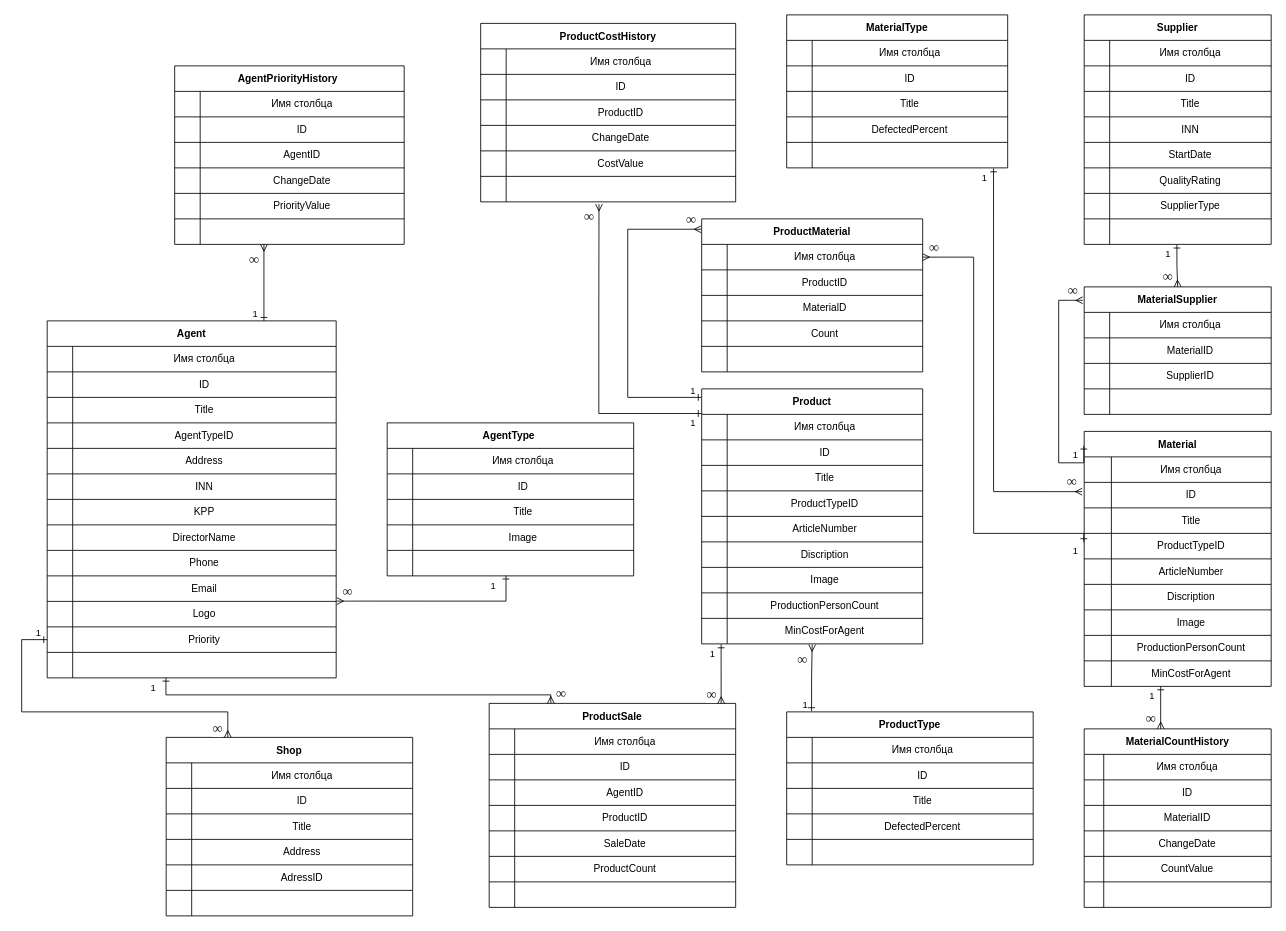
Above: 1diagramm.drawio in ivanleshh/ER_diagrams05.01 (draw.io), before the change. Source tidied: cells renumbered, new cells numbered last; positions are measured from the earlier drawing's top-left corner, leaving out a move shared by most shapes. Both pictures are drawn from the tidied source at 85%, with x=0, y=0 at pixel (21, 14).
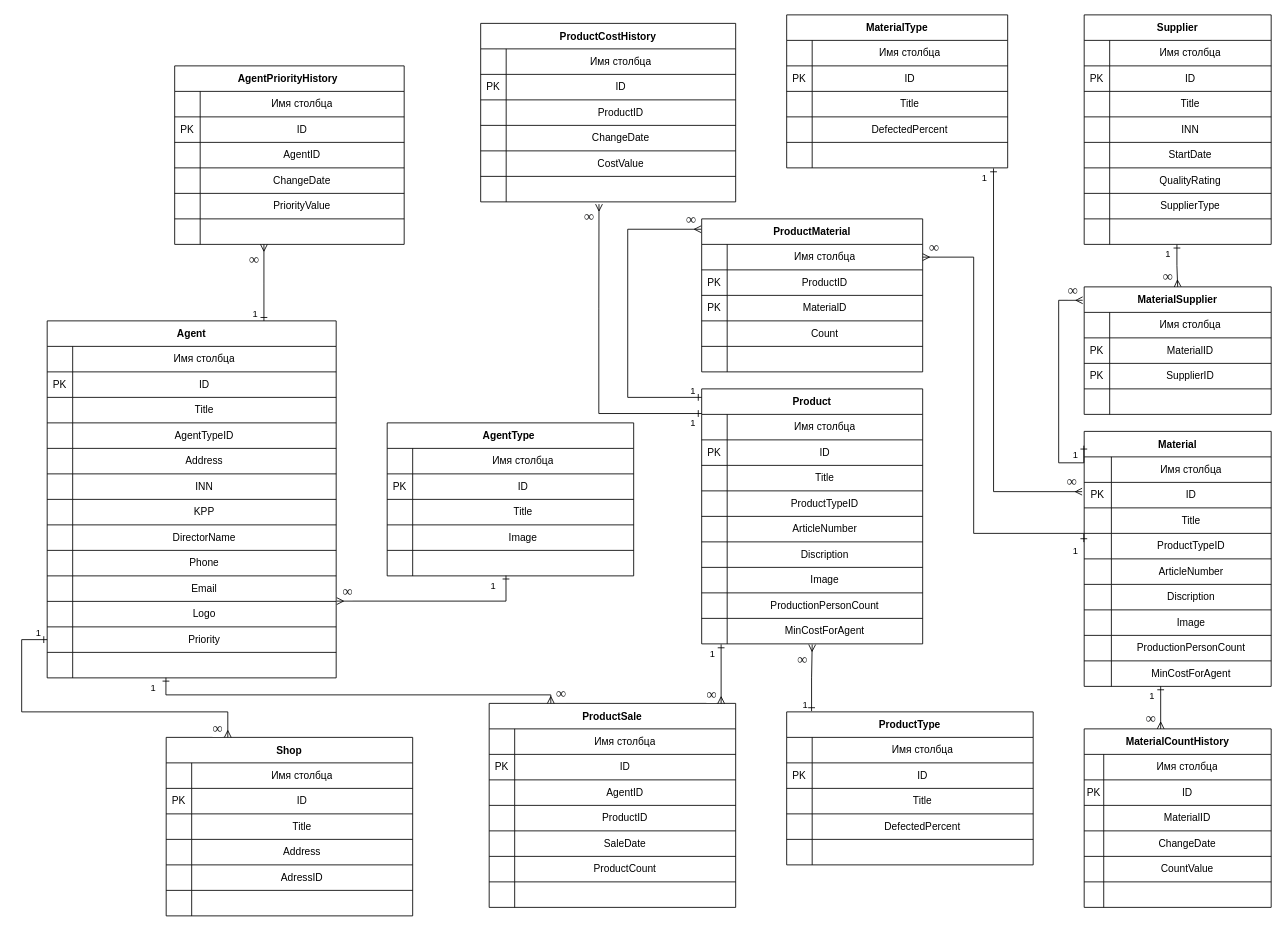
After the change.

Unchanged cells that the change refers to:
```xml
<mxCell id="6" style="shape=tableRow;horizontal=0;startSize=0;swimlaneHead=0;swimlaneBody=0;top=0;left=0;bottom=0;right=0;fillColor=none;" parent="2" vertex="1">
  <mxGeometry y="60" width="270" height="30" as="geometry" />
</mxCell>
<mxCell id="25" style="shape=tableRow;horizontal=0;startSize=0;swimlaneHead=0;swimlaneBody=0;top=0;left=0;bottom=0;right=0;fillColor=none;" parent="21" vertex="1">
  <mxGeometry y="60" width="340" height="30" as="geometry" />
</mxCell>
<mxCell id="65" style="shape=tableRow;horizontal=0;startSize=0;swimlaneHead=0;swimlaneBody=0;top=0;left=0;bottom=0;right=0;fillColor=none;" parent="61" vertex="1">
  <mxGeometry y="60" width="290" height="30" as="geometry" />
</mxCell>
<mxCell id="81" style="shape=tableRow;horizontal=0;startSize=0;swimlaneHead=0;swimlaneBody=0;top=0;left=0;bottom=0;right=0;fillColor=none;" parent="77" vertex="1">
  <mxGeometry y="60" width="300" height="30" as="geometry" />
</mxCell>
<mxCell id="100" style="shape=tableRow;horizontal=0;startSize=0;swimlaneHead=0;swimlaneBody=0;top=0;left=0;bottom=0;right=0;fillColor=none;" parent="96" vertex="1">
  <mxGeometry y="60" width="260" height="30" as="geometry" />
</mxCell>
<mxCell id="116" style="shape=tableRow;horizontal=0;startSize=0;swimlaneHead=0;swimlaneBody=0;top=0;left=0;bottom=0;right=0;fillColor=none;" parent="112" vertex="1">
  <mxGeometry y="60" width="220" height="30" as="geometry" />
</mxCell>
<mxCell id="141" style="shape=tableRow;horizontal=0;startSize=0;swimlaneHead=0;swimlaneBody=0;top=0;left=0;bottom=0;right=0;fillColor=none;" parent="137" vertex="1">
  <mxGeometry y="60" width="260" height="30" as="geometry" />
</mxCell>
<mxCell id="144" style="shape=tableRow;horizontal=0;startSize=0;swimlaneHead=0;swimlaneBody=0;top=0;left=0;bottom=0;right=0;fillColor=none;" parent="137" vertex="1">
  <mxGeometry y="90" width="260" height="30" as="geometry" />
</mxCell>
<mxCell id="157" style="shape=tableRow;horizontal=0;startSize=0;swimlaneHead=0;swimlaneBody=0;top=0;left=0;bottom=0;right=0;fillColor=none;" parent="153" vertex="1">
  <mxGeometry y="60" width="260" height="30" as="geometry" />
</mxCell>
<mxCell id="185" style="shape=tableRow;horizontal=0;startSize=0;swimlaneHead=0;swimlaneBody=0;top=0;left=0;bottom=0;right=0;fillColor=none;" parent="181" vertex="1">
  <mxGeometry y="60" width="220" height="30" as="geometry" />
</mxCell>
<mxCell id="188" style="shape=tableRow;horizontal=0;startSize=0;swimlaneHead=0;swimlaneBody=0;top=0;left=0;bottom=0;right=0;fillColor=none;" parent="181" vertex="1">
  <mxGeometry y="90" width="220" height="30" as="geometry" />
</mxCell>
<mxCell id="198" style="shape=tableRow;horizontal=0;startSize=0;swimlaneHead=0;swimlaneBody=0;top=0;left=0;bottom=0;right=0;fillColor=none;points=[[0,0.5],[1,0.5]];portConstraint=eastwest;" parent="194" vertex="1">
  <mxGeometry y="60" width="220" height="30" as="geometry" />
</mxCell>
<mxCell id="226" style="shape=tableRow;horizontal=0;startSize=0;swimlaneHead=0;swimlaneBody=0;top=0;left=0;bottom=0;right=0;fillColor=none;" parent="222" vertex="1">
  <mxGeometry y="60" width="290" height="30" as="geometry" />
</mxCell>
<mxCell id="245" style="shape=tableRow;horizontal=0;startSize=0;swimlaneHead=0;swimlaneBody=0;top=0;left=0;bottom=0;right=0;fillColor=none;" parent="241" vertex="1">
  <mxGeometry y="60" width="290" height="30" as="geometry" />
</mxCell>
<mxCell id="267" style="shape=tableRow;horizontal=0;startSize=0;swimlaneHead=0;swimlaneBody=0;top=0;left=0;bottom=0;right=0;fillColor=none;" parent="263" vertex="1">
  <mxGeometry y="60" width="290" height="30" as="geometry" />
</mxCell>
<mxCell id="283" style="shape=tableRow;horizontal=0;startSize=0;swimlaneHead=0;swimlaneBody=0;top=0;left=0;bottom=0;right=0;fillColor=none;" parent="279" vertex="1">
  <mxGeometry y="60" width="220" height="30" as="geometry" />
</mxCell>
```

Diff of the diagram source:
```diff
@@
-    <mxCell id="7" style="shape=partialRectangle;html=1;whiteSpace=wrap;fillColor=none;top=0;left=0;bottom=0;right=0;overflow=hidden;" parent="6" vertex="1">
+    <mxCell id="7" value="PK" style="shape=partialRectangle;html=1;whiteSpace=wrap;fillColor=none;top=0;left=0;bottom=0;right=0;overflow=hidden;" parent="6" vertex="1">
       <mxGeometry width="30" height="30" as="geometry" />
     </mxCell>
@@
-    <mxCell id="26" style="shape=partialRectangle;html=1;whiteSpace=wrap;fillColor=none;top=0;left=0;bottom=0;right=0;overflow=hidden;" parent="25" vertex="1">
+    <mxCell id="26" value="PK" style="shape=partialRectangle;html=1;whiteSpace=wrap;fillColor=none;top=0;left=0;bottom=0;right=0;overflow=hidden;" parent="25" vertex="1">
       <mxGeometry width="30" height="30" as="geometry" />
     </mxCell>
@@
-    <mxCell id="66" style="shape=partialRectangle;html=1;whiteSpace=wrap;fillColor=none;top=0;left=0;bottom=0;right=0;overflow=hidden;" parent="65" vertex="1">
+    <mxCell id="66" value="PK" style="shape=partialRectangle;html=1;whiteSpace=wrap;fillColor=none;top=0;left=0;bottom=0;right=0;overflow=hidden;" parent="65" vertex="1">
       <mxGeometry width="30" height="30" as="geometry" />
     </mxCell>
@@
-    <mxCell id="82" style="shape=partialRectangle;html=1;whiteSpace=wrap;fillColor=none;top=0;left=0;bottom=0;right=0;overflow=hidden;" parent="81" vertex="1">
+    <mxCell id="82" value="PK" style="shape=partialRectangle;html=1;whiteSpace=wrap;fillColor=none;top=0;left=0;bottom=0;right=0;overflow=hidden;" parent="81" vertex="1">
       <mxGeometry width="30" height="30" as="geometry" />
     </mxCell>
@@
-    <mxCell id="101" style="shape=partialRectangle;html=1;whiteSpace=wrap;fillColor=none;top=0;left=0;bottom=0;right=0;overflow=hidden;" parent="100" vertex="1">
+    <mxCell id="101" value="PK" style="shape=partialRectangle;html=1;whiteSpace=wrap;fillColor=none;top=0;left=0;bottom=0;right=0;overflow=hidden;" parent="100" vertex="1">
       <mxGeometry width="30" height="30" as="geometry" />
     </mxCell>
@@
-    <mxCell id="117" style="shape=partialRectangle;html=1;whiteSpace=wrap;fillColor=none;top=0;left=0;bottom=0;right=0;overflow=hidden;" parent="116" vertex="1">
+    <mxCell id="117" value="PK" style="shape=partialRectangle;html=1;whiteSpace=wrap;fillColor=none;top=0;left=0;bottom=0;right=0;overflow=hidden;" parent="116" vertex="1">
       <mxGeometry width="30" height="30" as="geometry" />
     </mxCell>
@@
-    <mxCell id="142" style="shape=partialRectangle;html=1;whiteSpace=wrap;fillColor=none;top=0;left=0;bottom=0;right=0;overflow=hidden;" parent="141" vertex="1">
+    <mxCell id="142" value="PK" style="shape=partialRectangle;html=1;whiteSpace=wrap;fillColor=none;top=0;left=0;bottom=0;right=0;overflow=hidden;" parent="141" vertex="1">
       <mxGeometry width="30" height="30" as="geometry" />
     </mxCell>
@@
-    <mxCell id="145" style="shape=partialRectangle;html=1;whiteSpace=wrap;fillColor=none;top=0;left=0;bottom=0;right=0;overflow=hidden;" parent="144" vertex="1">
+    <mxCell id="145" value="PK" style="shape=partialRectangle;html=1;whiteSpace=wrap;fillColor=none;top=0;left=0;bottom=0;right=0;overflow=hidden;" parent="144" vertex="1">
       <mxGeometry width="30" height="30" as="geometry" />
     </mxCell>
@@
-    <mxCell id="158" style="shape=partialRectangle;html=1;whiteSpace=wrap;fillColor=none;top=0;left=0;bottom=0;right=0;overflow=hidden;" parent="157" vertex="1">
+    <mxCell id="158" value="PK" style="shape=partialRectangle;html=1;whiteSpace=wrap;fillColor=none;top=0;left=0;bottom=0;right=0;overflow=hidden;" parent="157" vertex="1">
       <mxGeometry width="30" height="30" as="geometry" />
     </mxCell>
@@
-    <mxCell id="186" style="shape=partialRectangle;html=1;whiteSpace=wrap;fillColor=none;top=0;left=0;bottom=0;right=0;overflow=hidden;" parent="185" vertex="1">
+    <mxCell id="186" value="PK" style="shape=partialRectangle;html=1;whiteSpace=wrap;fillColor=none;top=0;left=0;bottom=0;right=0;overflow=hidden;" parent="185" vertex="1">
       <mxGeometry width="30" height="30" as="geometry" />
     </mxCell>
@@
-    <mxCell id="189" style="shape=partialRectangle;html=1;whiteSpace=wrap;fillColor=none;top=0;left=0;bottom=0;right=0;overflow=hidden;" parent="188" vertex="1">
+    <mxCell id="189" value="PK" style="shape=partialRectangle;html=1;whiteSpace=wrap;fillColor=none;top=0;left=0;bottom=0;right=0;overflow=hidden;" parent="188" vertex="1">
       <mxGeometry width="30" height="30" as="geometry" />
     </mxCell>
@@
-    <mxCell id="199" style="shape=partialRectangle;html=1;whiteSpace=wrap;fillColor=none;top=0;left=0;bottom=0;right=0;overflow=hidden;" parent="198" vertex="1">
+    <mxCell id="199" value="PK" style="shape=partialRectangle;html=1;whiteSpace=wrap;fillColor=none;top=0;left=0;bottom=0;right=0;overflow=hidden;" parent="198" vertex="1">
       <mxGeometry width="32" height="30" as="geometry" />
     </mxCell>
@@
-    <mxCell id="227" style="shape=partialRectangle;html=1;whiteSpace=wrap;fillColor=none;top=0;left=0;bottom=0;right=0;overflow=hidden;" parent="226" vertex="1">
+    <mxCell id="227" value="PK" style="shape=partialRectangle;html=1;whiteSpace=wrap;fillColor=none;top=0;left=0;bottom=0;right=0;overflow=hidden;" parent="226" vertex="1">
       <mxGeometry width="30" height="30" as="geometry" />
     </mxCell>
@@
-    <mxCell id="246" style="shape=partialRectangle;html=1;whiteSpace=wrap;fillColor=none;top=0;left=0;bottom=0;right=0;overflow=hidden;" parent="245" vertex="1">
+    <mxCell id="246" value="PK" style="shape=partialRectangle;html=1;whiteSpace=wrap;fillColor=none;top=0;left=0;bottom=0;right=0;overflow=hidden;" parent="245" vertex="1">
       <mxGeometry width="30" height="30" as="geometry" />
     </mxCell>
@@
-    <mxCell id="268" style="shape=partialRectangle;html=1;whiteSpace=wrap;fillColor=none;top=0;left=0;bottom=0;right=0;overflow=hidden;" parent="267" vertex="1">
+    <mxCell id="268" value="PK" style="shape=partialRectangle;html=1;whiteSpace=wrap;fillColor=none;top=0;left=0;bottom=0;right=0;overflow=hidden;" parent="267" vertex="1">
       <mxGeometry width="30" height="30" as="geometry" />
     </mxCell>
@@
-    <mxCell id="284" style="shape=partialRectangle;html=1;whiteSpace=wrap;fillColor=none;top=0;left=0;bottom=0;right=0;overflow=hidden;" parent="283" vertex="1">
+    <mxCell id="284" value="PK" style="shape=partialRectangle;html=1;whiteSpace=wrap;fillColor=none;top=0;left=0;bottom=0;right=0;overflow=hidden;" parent="283" vertex="1">
       <mxGeometry width="23" height="30" as="geometry" />
     </mxCell>
```
